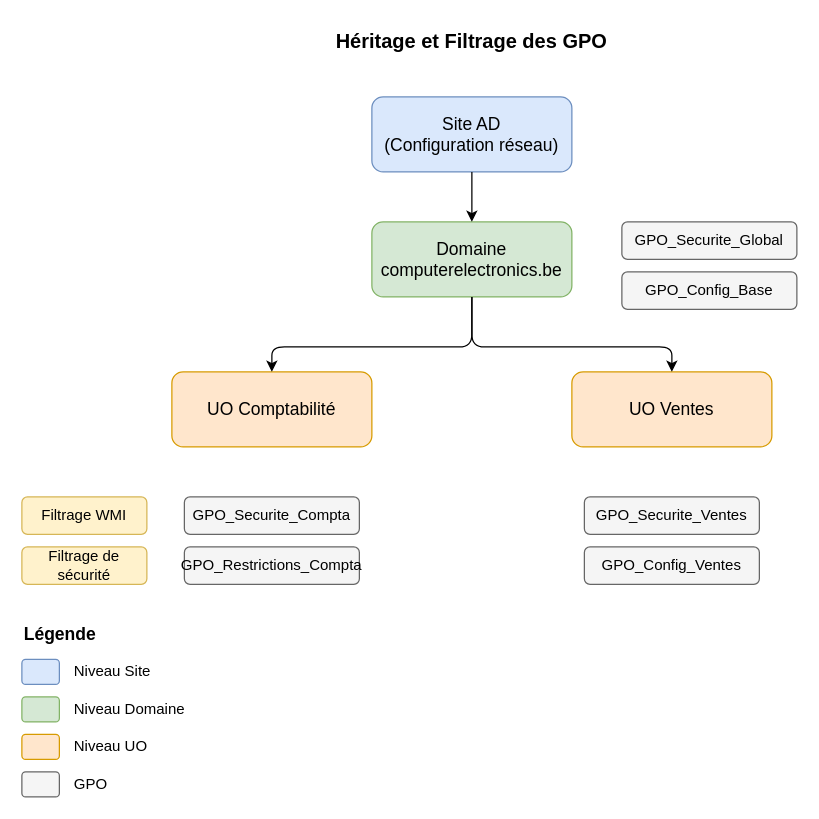
Above: diagrams/gpo_inheritance.drawio in choquitofrito/ActiveDirectory (draw.io), before the change. Source tidied: cells renumbered, new cells numbered last; positions are measured from the earlier drawing's top-left corner, leaving out a move shared by most shapes. Both pictures are drawn from the tidied source at 125%, with x=0, y=0 at pixel (21, 21).
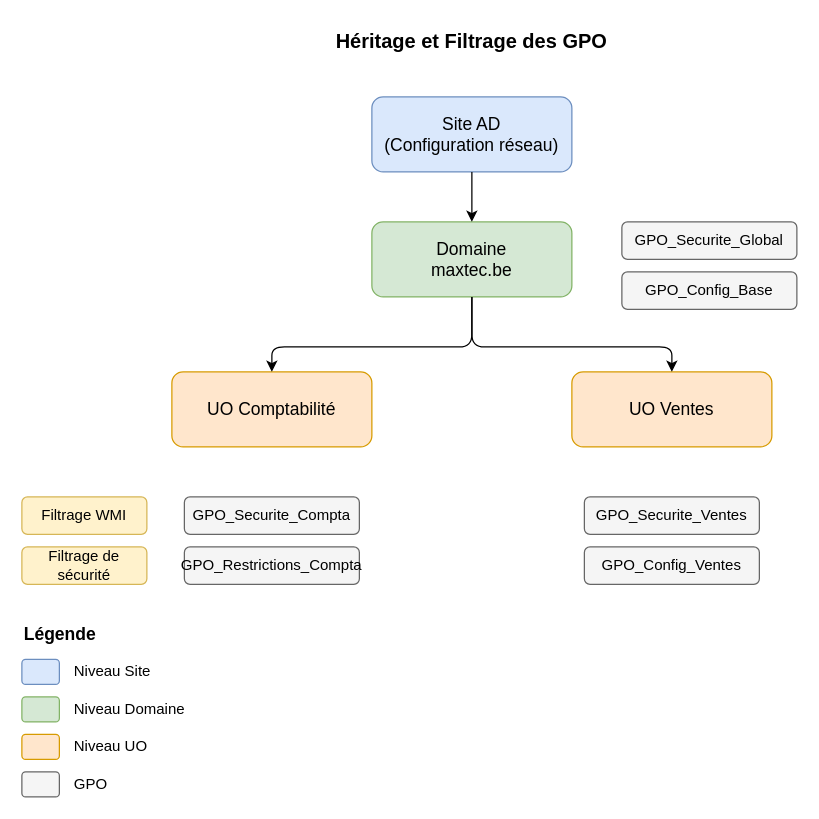
The same page after the edit.

What changed in the source:
```diff
@@
-    <mxCell id="4" value="Domaine&#10;computerelectronics.be" style="rounded=1;whiteSpace=wrap;html=1;fontSize=14;fillColor=#d5e8d4;strokeColor=#82b366;" parent="1" vertex="1">
+    <mxCell id="4" value="Domaine&#10;maxtec.be" style="rounded=1;whiteSpace=wrap;html=1;fontSize=14;fillColor=#d5e8d4;strokeColor=#82b366;" parent="1" vertex="1">
       <mxGeometry x="280" y="160" width="160" height="60" as="geometry" />
     </mxCell>
```
